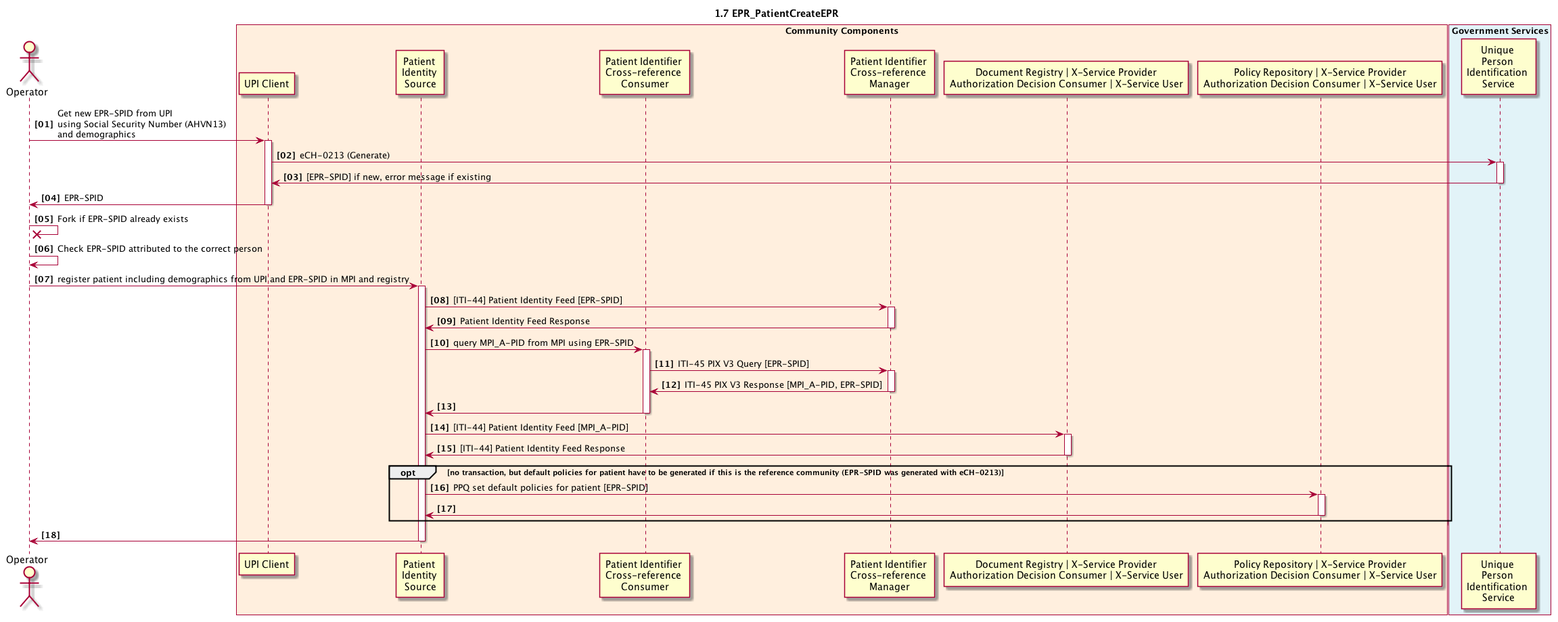
ahdis/ch-epr-seqdiag keeps this PlantUML diagram as 1_07_EPR_PatientCreateEPR.plantuml.png. Above is the earlier version. Its diagram source:
```plantuml
@startuml
skinparam Padding 1
autonumber 1 1 "<b>[00]"
title 1.7 EPR_PatientCreateEPR

actor admin as "Operator"

box "Community Components" #FFEFDE
	participant cc_upi_client as "UPI Client"
	participant cc_mpi_source as "Patient \nIdentity \nSource"
	participant cc_pix_x_ref_consumer as "Patient Identifier \nCross-reference \nConsumer"
	participant cc_mpi_x_ref_manager as "Patient Identifier \nCross-reference \nManager"
	participant cc_doc_registry as "Document Registry | X-Service Provider\nAuthorization Decision Consumer | X-Service User"
	participant cc_ppq_policy_repository as "Policy Repository | X-Service Provider\nAuthorization Decision Consumer | X-Service User"
end box

box "Government Services" #E2F3F8
	participant gs_upi as "Unique \nPerson \nIdentification \nService"
end box

admin -> cc_upi_client: Get new EPR-SPID from UPI \nusing Social Security Number (AHVN13) \nand demographics
activate cc_upi_client
cc_upi_client -> gs_upi:eCH-0213 (Generate)
activate gs_upi
cc_upi_client <- gs_upi: [EPR-SPID] if new, error message if existing
deactivate gs_upi
admin <- cc_upi_client: EPR-SPID
deactivate cc_upi_client

admin ->x admin: Fork if EPR-SPID already exists

admin -> admin: Check EPR-SPID attributed to the correct person


admin -> cc_mpi_source: register patient including demographics from UPI and EPR-SPID in MPI and registry
activate cc_mpi_source
cc_mpi_source -> cc_mpi_x_ref_manager: [ITI-44] Patient Identity Feed [EPR-SPID]
activate cc_mpi_x_ref_manager
cc_mpi_source <- cc_mpi_x_ref_manager: Patient Identity Feed Response
deactivate cc_mpi_x_ref_manager

cc_mpi_source -> cc_pix_x_ref_consumer: query MPI_A-PID from MPI using EPR-SPID
activate cc_pix_x_ref_consumer
cc_pix_x_ref_consumer -> cc_mpi_x_ref_manager: ITI-45 PIX V3 Query [EPR-SPID]
activate cc_mpi_x_ref_manager
cc_pix_x_ref_consumer <- cc_mpi_x_ref_manager: ITI-45 PIX V3 Response [MPI_A-PID, EPR-SPID]
deactivate cc_mpi_x_ref_manager
cc_mpi_source <- cc_pix_x_ref_consumer
deactivate cc_pix_x_ref_consumer

cc_mpi_source -> cc_doc_registry: [ITI-44] Patient Identity Feed [MPI_A-PID]
activate cc_doc_registry
cc_mpi_source <- cc_doc_registry: [ITI-44] Patient Identity Feed Response
deactivate cc_doc_registry

opt no transaction, but default policies for patient have to be generated if this is the reference community (EPR-SPID was generated with eCH-0213)
  cc_mpi_source -> cc_ppq_policy_repository: PPQ set default policies for patient [EPR-SPID]
  activate cc_ppq_policy_repository
  cc_mpi_source <- cc_ppq_policy_repository
  deactivate cc_ppq_policy_repository
end

admin <- cc_mpi_source
deactivate cc_mpi_source

@enduml
```
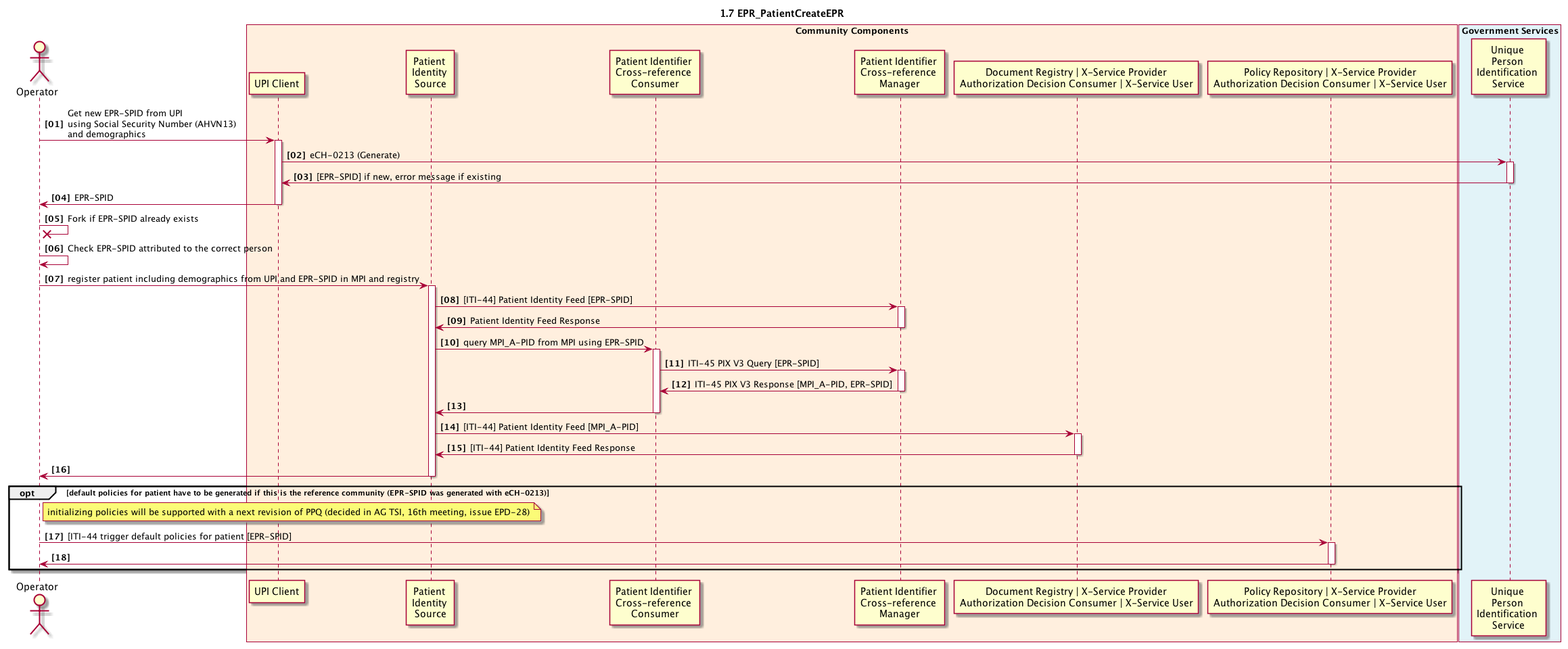
The same diagram one commit later.

What changed in the source:
```diff
@@ -53,14 +53,16 @@
 cc_mpi_source <- cc_doc_registry: [ITI-44] Patient Identity Feed Response
 deactivate cc_doc_registry
 
-opt no transaction, but default policies for patient have to be generated if this is the reference community (EPR-SPID was generated with eCH-0213)
-  cc_mpi_source -> cc_ppq_policy_repository: PPQ set default policies for patient [EPR-SPID]
+admin <- cc_mpi_source
+deactivate cc_mpi_source
+
+
+opt default policies for patient have to be generated if this is the reference community (EPR-SPID was generated with eCH-0213)
+note right admin: initializing policies will be supported with a next revision of PPQ (decided in AG TSI, 16th meeting, issue EPD-28)
+  admin -> cc_ppq_policy_repository: [ITI-44 trigger default policies for patient [EPR-SPID]
   activate cc_ppq_policy_repository
-  cc_mpi_source <- cc_ppq_policy_repository
+  admin <- cc_ppq_policy_repository
   deactivate cc_ppq_policy_repository
 end
 
-admin <- cc_mpi_source
-deactivate cc_mpi_source
-
 @enduml
```
